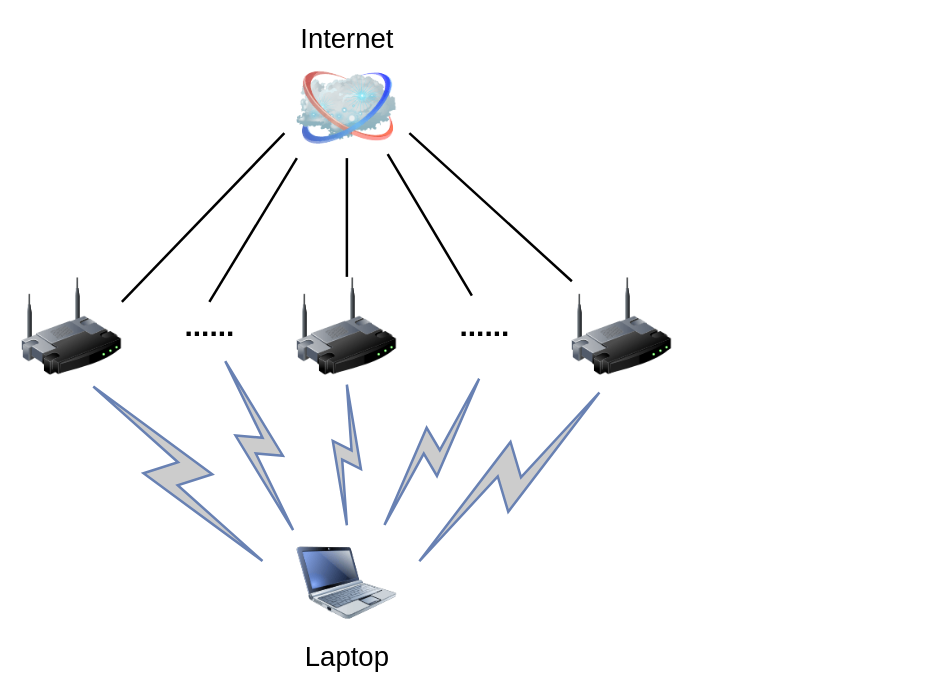
Earlier version of the draw.io diagram 开题自问自答_多AP预期结果.drawio (zeandon/draw.io). Source tidied: cells renumbered, new cells numbered last; positions are measured from the earlier drawing's top-left corner, leaving out a move shared by most shapes. Both pictures are drawn from the tidied source at 125%, with x=0, y=0 at pixel (21, 58).
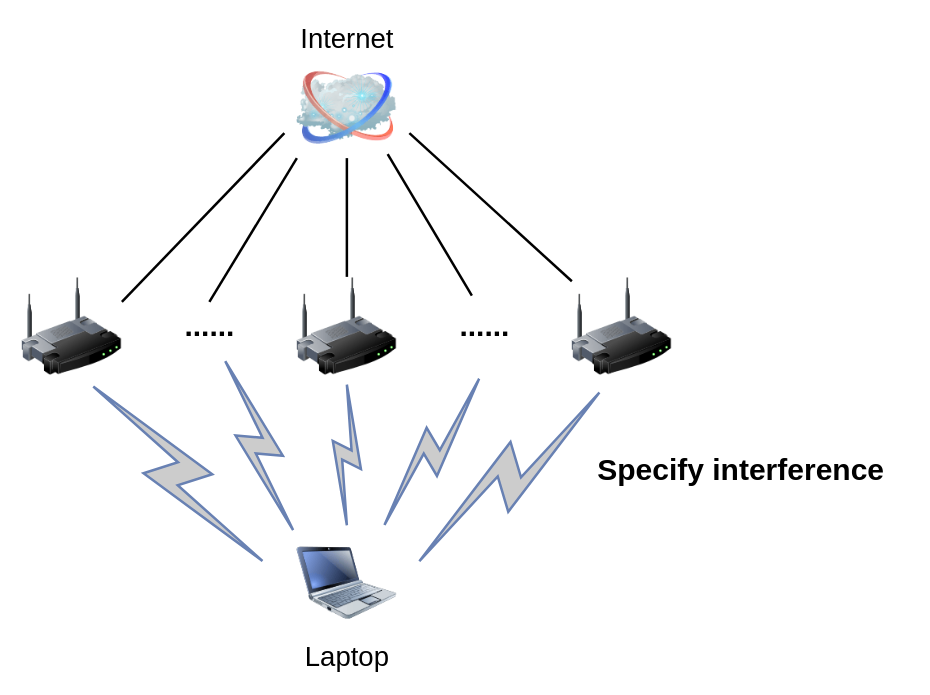
Above is the later version.

Commit message (it also covers changes not shown here):
更新开题自问自答_多AP预期结果.drawio

The edit, as a diff of the source:
```diff
@@
+    <mxCell id="19" value="Specify interference" style="text;strokeColor=none;fillColor=none;html=1;fontSize=24;fontStyle=1;verticalAlign=middle;align=center;" parent="1" vertex="1">
+      <mxGeometry x="440" y="310" width="270" height="40" as="geometry" />
+    </mxCell>
```
